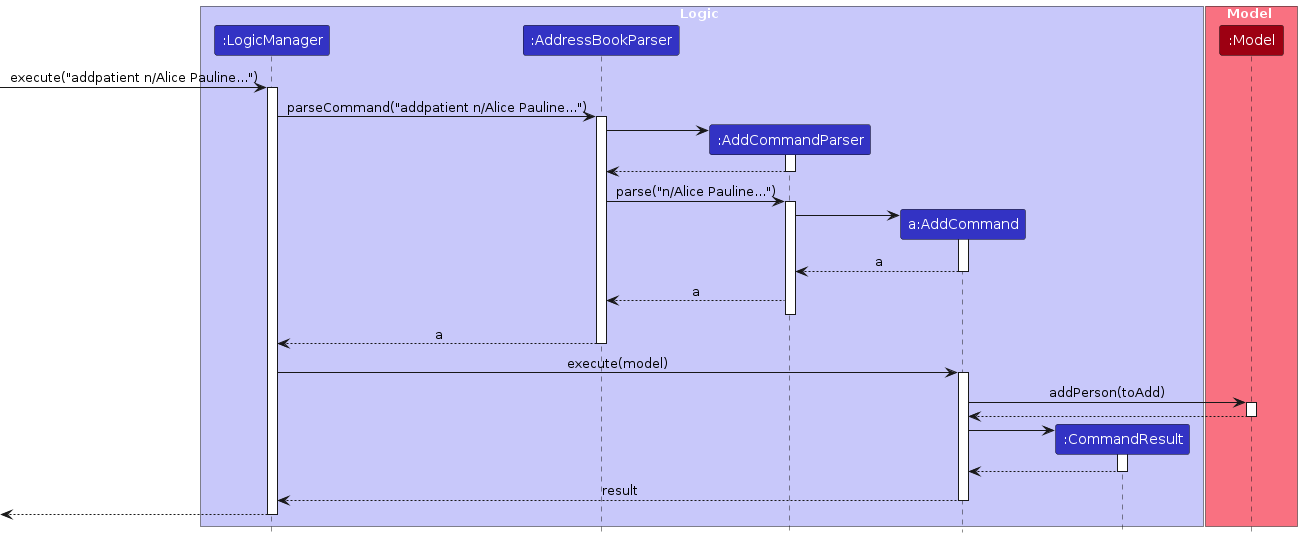
Earlier version of the PlantUML export diagrams/AddPatientSequenceDiagram.png (adammangzijun/tp). Its source is kept beside it as diagrams/AddPatientSequenceDiagram.puml.
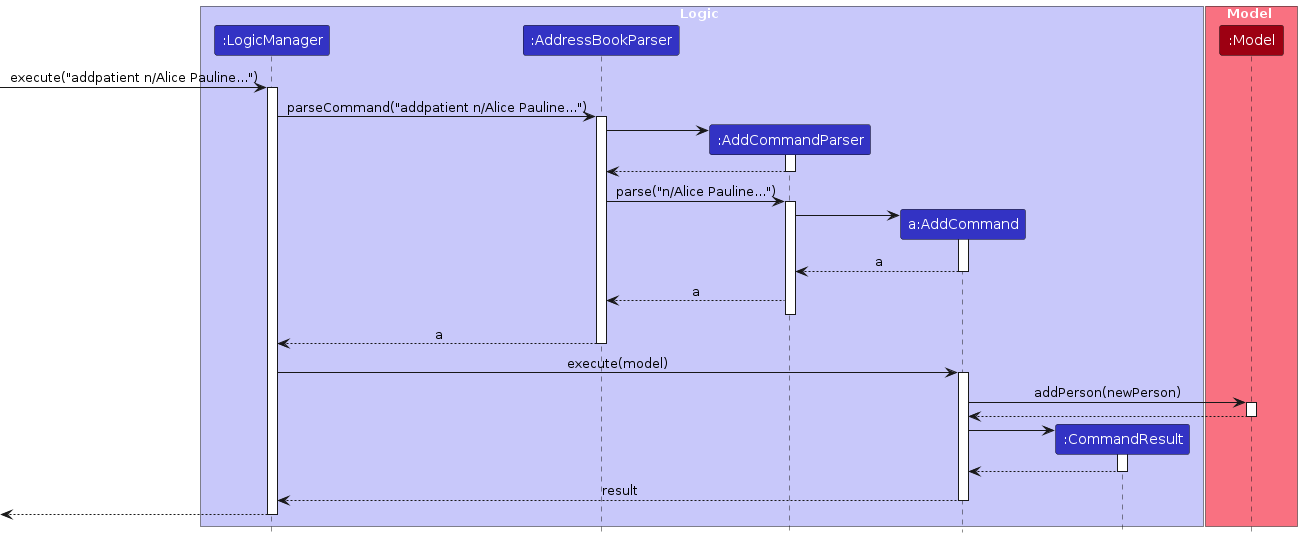
After the commit.

The edit, as a diff of the source:
```diff
@@ -48,7 +48,7 @@
 LogicManager -> AddCommand : execute(model)
 activate AddCommand
 
-AddCommand -> Model : addPerson(toAdd)
+AddCommand -> Model : addPerson(newPerson)
 activate Model
 
 Model --> AddCommand
```
